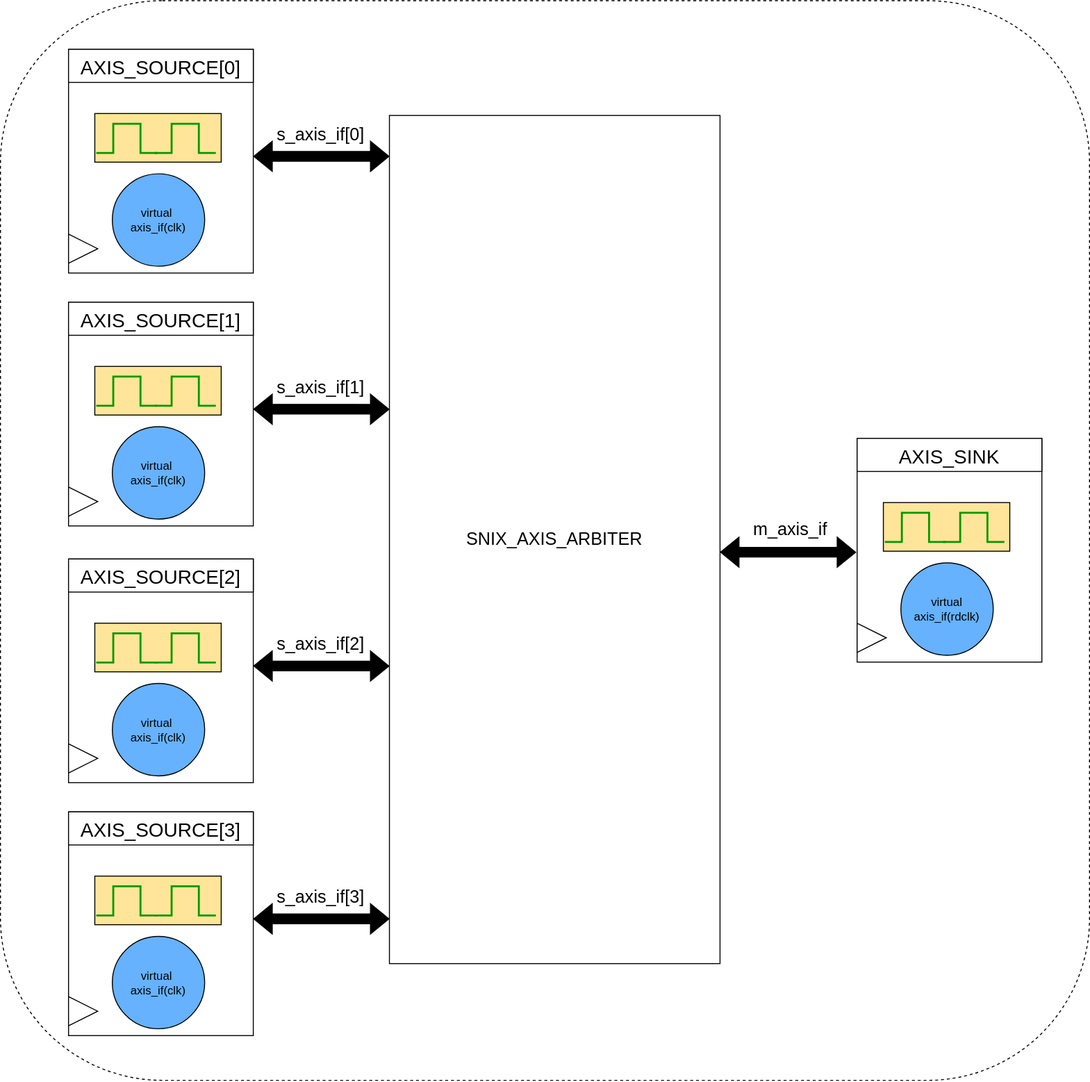
The draw.io diagram img/verilaxi/axis_arbiter.svg in nelsoncsc/nelsoncsc.github.io, before a commit. Source tidied: cells renumbered, new cells last; positions are measured from the earlier drawing's top-left corner, leaving out a move shared by most shapes. Its diagram source:
```xml
<mxGraphModel>
  <root>
    <mxCell id="0" />
    <mxCell id="1" parent="0" />
    <mxCell id="2" style="rounded=1;whiteSpace=wrap;html=1;align=center;verticalAlign=top;fontFamily=Helvetica;fontSize=12;fontColor=default;fillColor=default;gradientColor=none;dashed=1;" parent="1" vertex="1">
      <mxGeometry width="1120" height="1110" as="geometry" />
    </mxCell>
    <mxCell id="3" value="&lt;font style=&quot;font-size: 18px;&quot;&gt;m_axis_if&lt;/font&gt;" style="text;html=1;whiteSpace=wrap;strokeColor=none;fillColor=none;align=center;verticalAlign=middle;rounded=0;" parent="1" vertex="1">
      <mxGeometry x="767" y="529" width="91" height="30" as="geometry" />
    </mxCell>
    <mxCell id="4" value="&lt;font style=&quot;font-size: 18px;&quot;&gt;SNIX_AXIS_ARBITER&lt;/font&gt;" style="rounded=0;whiteSpace=wrap;html=1;fillColor=#FFFFFF;" parent="1" vertex="1">
      <mxGeometry x="400" y="118" width="340" height="872" as="geometry" />
    </mxCell>
    <mxCell id="5" value="&lt;font style=&quot;font-size: 18px;&quot;&gt;s_axis_if[0]&lt;/font&gt;" style="text;html=1;whiteSpace=wrap;strokeColor=none;fillColor=none;align=center;verticalAlign=middle;rounded=0;" parent="1" vertex="1">
      <mxGeometry x="284" y="123" width="91" height="30.5" as="geometry" />
    </mxCell>
    <mxCell id="6" style="shape=flexArrow;endArrow=classic;startArrow=classic;html=1;rounded=0;fillColor=#000000;" parent="1" edge="1">
      <mxGeometry relative="1" as="geometry">
        <mxPoint x="260" y="160" as="sourcePoint" />
        <mxPoint x="400" y="160" as="targetPoint" />
      </mxGeometry>
    </mxCell>
    <mxCell id="7" style="shape=flexArrow;endArrow=classic;startArrow=classic;html=1;rounded=0;fillColor=#000000;" parent="1" edge="1">
      <mxGeometry relative="1" as="geometry">
        <mxPoint x="740" y="567" as="sourcePoint" />
        <mxPoint x="880" y="567" as="targetPoint" />
      </mxGeometry>
    </mxCell>
    <mxCell id="8" style="group;fillColor=default;" parent="1" vertex="1">
      <mxGeometry x="881" y="450" width="200" height="230" as="geometry" />
    </mxCell>
    <mxCell id="9" style="rounded=0;whiteSpace=wrap;html=1;" parent="8" vertex="1">
      <mxGeometry width="190" height="230" as="geometry" />
    </mxCell>
    <mxCell id="10" value="virtual axis_if(rdclk)" style="ellipse;whiteSpace=wrap;html=1;fillColor=#66B2FF;" parent="8" vertex="1">
      <mxGeometry x="45" y="128" width="95" height="95" as="geometry" />
    </mxCell>
    <mxCell id="11" style="triangle;whiteSpace=wrap;html=1;" parent="8" vertex="1">
      <mxGeometry y="190" width="30" height="30" as="geometry" />
    </mxCell>
    <mxCell id="12" style="group;" parent="8" vertex="1">
      <mxGeometry x="27" y="66" width="130" height="50" as="geometry" />
    </mxCell>
    <mxCell id="13" style="rounded=0;whiteSpace=wrap;html=1;fillColor=#FFE599;" parent="12" vertex="1">
      <mxGeometry width="130" height="50" as="geometry" />
    </mxCell>
    <mxCell id="14" style="verticalLabelPosition=bottom;shadow=0;dashed=0;align=center;html=1;verticalAlign=top;shape=mxgraph.electrical.waveforms.pulse_1;strokeWidth=2;strokeColor=#009900;" parent="12" vertex="1">
      <mxGeometry x="2" y="11" width="63" height="30" as="geometry" />
    </mxCell>
    <mxCell id="15" style="verticalLabelPosition=bottom;shadow=0;dashed=0;align=center;html=1;verticalAlign=top;shape=mxgraph.electrical.waveforms.pulse_1;strokeWidth=2;strokeColor=#009900;" parent="12" vertex="1">
      <mxGeometry x="62" y="11" width="63" height="30" as="geometry" />
    </mxCell>
    <mxCell id="16" value="&lt;font style=&quot;font-size: 20px;&quot;&gt;AXIS_SINK&lt;/font&gt;" style="rounded=0;whiteSpace=wrap;html=1;align=center;verticalAlign=top;fontFamily=Helvetica;fontSize=12;fontColor=default;fillColor=default;gradientColor=none;" parent="8" vertex="1">
      <mxGeometry width="190" height="34" as="geometry" />
    </mxCell>
    <mxCell id="17" style="rounded=0;whiteSpace=wrap;html=1;" parent="1" vertex="1">
      <mxGeometry x="70" y="50" width="190" height="230" as="geometry" />
    </mxCell>
    <mxCell id="18" value="virtual&amp;nbsp;&lt;div&gt;axis_if(clk)&lt;/div&gt;" style="ellipse;whiteSpace=wrap;html=1;fillColor=#66B2FF;" parent="1" vertex="1">
      <mxGeometry x="115" y="178" width="95" height="95" as="geometry" />
    </mxCell>
    <mxCell id="19" style="triangle;whiteSpace=wrap;html=1;" parent="1" vertex="1">
      <mxGeometry x="70" y="240" width="30" height="30" as="geometry" />
    </mxCell>
    <mxCell id="20" style="group;" parent="1" vertex="1">
      <mxGeometry x="97" y="116" width="130" height="50" as="geometry" />
    </mxCell>
    <mxCell id="21" style="rounded=0;whiteSpace=wrap;html=1;fillColor=#FFE599;" parent="20" vertex="1">
      <mxGeometry width="130" height="50" as="geometry" />
    </mxCell>
    <mxCell id="22" style="verticalLabelPosition=bottom;shadow=0;dashed=0;align=center;html=1;verticalAlign=top;shape=mxgraph.electrical.waveforms.pulse_1;strokeWidth=2;strokeColor=#009900;" parent="20" vertex="1">
      <mxGeometry x="2" y="11" width="63" height="30" as="geometry" />
    </mxCell>
    <mxCell id="23" style="verticalLabelPosition=bottom;shadow=0;dashed=0;align=center;html=1;verticalAlign=top;shape=mxgraph.electrical.waveforms.pulse_1;strokeWidth=2;strokeColor=#009900;" parent="20" vertex="1">
      <mxGeometry x="62" y="11" width="63" height="30" as="geometry" />
    </mxCell>
    <mxCell id="24" value="&lt;font style=&quot;font-size: 20px;&quot;&gt;AXIS_SOURCE[0]&lt;/font&gt;" style="rounded=0;whiteSpace=wrap;html=1;align=center;verticalAlign=top;fontFamily=Helvetica;fontSize=12;fontColor=default;fillColor=default;gradientColor=none;" parent="1" vertex="1">
      <mxGeometry x="70" y="50" width="190" height="34" as="geometry" />
    </mxCell>
    <mxCell id="25" value="&lt;font style=&quot;font-size: 18px;&quot;&gt;s_axis_if[1]&lt;/font&gt;" style="text;html=1;whiteSpace=wrap;strokeColor=none;fillColor=none;align=center;verticalAlign=middle;rounded=0;" parent="1" vertex="1">
      <mxGeometry x="284" y="383" width="91" height="30.5" as="geometry" />
    </mxCell>
    <mxCell id="26" style="shape=flexArrow;endArrow=classic;startArrow=classic;html=1;rounded=0;fillColor=#000000;" parent="1" edge="1">
      <mxGeometry relative="1" as="geometry">
        <mxPoint x="260" y="420" as="sourcePoint" />
        <mxPoint x="400" y="420" as="targetPoint" />
      </mxGeometry>
    </mxCell>
    <mxCell id="27" style="rounded=0;whiteSpace=wrap;html=1;" parent="1" vertex="1">
      <mxGeometry x="70" y="310" width="190" height="230" as="geometry" />
    </mxCell>
    <mxCell id="28" value="virtual&amp;nbsp;&lt;div&gt;axis_if(clk)&lt;/div&gt;" style="ellipse;whiteSpace=wrap;html=1;fillColor=#66B2FF;" parent="1" vertex="1">
      <mxGeometry x="115" y="438" width="95" height="95" as="geometry" />
    </mxCell>
    <mxCell id="29" style="triangle;whiteSpace=wrap;html=1;" parent="1" vertex="1">
      <mxGeometry x="70" y="500" width="30" height="30" as="geometry" />
    </mxCell>
    <mxCell id="30" style="group;" parent="1" vertex="1">
      <mxGeometry x="97" y="376" width="130" height="50" as="geometry" />
    </mxCell>
    <mxCell id="31" style="rounded=0;whiteSpace=wrap;html=1;fillColor=#FFE599;" parent="30" vertex="1">
      <mxGeometry width="130" height="50" as="geometry" />
    </mxCell>
    <mxCell id="32" style="verticalLabelPosition=bottom;shadow=0;dashed=0;align=center;html=1;verticalAlign=top;shape=mxgraph.electrical.waveforms.pulse_1;strokeWidth=2;strokeColor=#009900;" parent="30" vertex="1">
      <mxGeometry x="2" y="11" width="63" height="30" as="geometry" />
    </mxCell>
    <mxCell id="33" style="verticalLabelPosition=bottom;shadow=0;dashed=0;align=center;html=1;verticalAlign=top;shape=mxgraph.electrical.waveforms.pulse_1;strokeWidth=2;strokeColor=#009900;" parent="30" vertex="1">
      <mxGeometry x="62" y="11" width="63" height="30" as="geometry" />
    </mxCell>
    <mxCell id="34" value="&lt;font style=&quot;font-size: 20px;&quot;&gt;AXIS_SOURCE[1]&lt;/font&gt;" style="rounded=0;whiteSpace=wrap;html=1;align=center;verticalAlign=top;fontFamily=Helvetica;fontSize=12;fontColor=default;fillColor=default;gradientColor=none;" parent="1" vertex="1">
      <mxGeometry x="70" y="310" width="190" height="34" as="geometry" />
    </mxCell>
    <mxCell id="35" value="&lt;font style=&quot;font-size: 18px;&quot;&gt;s_axis_if[2]&lt;/font&gt;" style="text;html=1;whiteSpace=wrap;strokeColor=none;fillColor=none;align=center;verticalAlign=middle;rounded=0;" parent="1" vertex="1">
      <mxGeometry x="284" y="647" width="91" height="30.5" as="geometry" />
    </mxCell>
    <mxCell id="36" style="shape=flexArrow;endArrow=classic;startArrow=classic;html=1;rounded=0;fillColor=#000000;" parent="1" edge="1">
      <mxGeometry relative="1" as="geometry">
        <mxPoint x="260" y="684" as="sourcePoint" />
        <mxPoint x="400" y="684" as="targetPoint" />
      </mxGeometry>
    </mxCell>
    <mxCell id="37" style="rounded=0;whiteSpace=wrap;html=1;" parent="1" vertex="1">
      <mxGeometry x="70" y="574" width="190" height="230" as="geometry" />
    </mxCell>
    <mxCell id="38" value="virtual&amp;nbsp;&lt;div&gt;axis_if(clk)&lt;/div&gt;" style="ellipse;whiteSpace=wrap;html=1;fillColor=#66B2FF;" parent="1" vertex="1">
      <mxGeometry x="115" y="702" width="95" height="95" as="geometry" />
    </mxCell>
    <mxCell id="39" style="triangle;whiteSpace=wrap;html=1;" parent="1" vertex="1">
      <mxGeometry x="70" y="764" width="30" height="30" as="geometry" />
    </mxCell>
    <mxCell id="40" style="group;" parent="1" vertex="1">
      <mxGeometry x="97" y="640" width="130" height="50" as="geometry" />
    </mxCell>
    <mxCell id="41" style="rounded=0;whiteSpace=wrap;html=1;fillColor=#FFE599;" parent="40" vertex="1">
      <mxGeometry width="130" height="50" as="geometry" />
    </mxCell>
    <mxCell id="42" style="verticalLabelPosition=bottom;shadow=0;dashed=0;align=center;html=1;verticalAlign=top;shape=mxgraph.electrical.waveforms.pulse_1;strokeWidth=2;strokeColor=#009900;" parent="40" vertex="1">
      <mxGeometry x="2" y="11" width="63" height="30" as="geometry" />
    </mxCell>
    <mxCell id="43" style="verticalLabelPosition=bottom;shadow=0;dashed=0;align=center;html=1;verticalAlign=top;shape=mxgraph.electrical.waveforms.pulse_1;strokeWidth=2;strokeColor=#009900;" parent="40" vertex="1">
      <mxGeometry x="62" y="11" width="63" height="30" as="geometry" />
    </mxCell>
    <mxCell id="44" value="&lt;font style=&quot;font-size: 20px;&quot;&gt;AXIS_SOURCE[2]&lt;/font&gt;" style="rounded=0;whiteSpace=wrap;html=1;align=center;verticalAlign=top;fontFamily=Helvetica;fontSize=12;fontColor=default;fillColor=default;gradientColor=none;" parent="1" vertex="1">
      <mxGeometry x="70" y="574" width="190" height="34" as="geometry" />
    </mxCell>
    <mxCell id="45" value="&lt;font style=&quot;font-size: 18px;&quot;&gt;s_axis_if[3]&lt;/font&gt;" style="text;html=1;whiteSpace=wrap;strokeColor=none;fillColor=none;align=center;verticalAlign=middle;rounded=0;" parent="1" vertex="1">
      <mxGeometry x="284" y="907" width="91" height="30.5" as="geometry" />
    </mxCell>
    <mxCell id="46" style="shape=flexArrow;endArrow=classic;startArrow=classic;html=1;rounded=0;fillColor=#000000;" parent="1" edge="1">
      <mxGeometry relative="1" as="geometry">
        <mxPoint x="260" y="944" as="sourcePoint" />
        <mxPoint x="400" y="944" as="targetPoint" />
      </mxGeometry>
    </mxCell>
    <mxCell id="47" style="rounded=0;whiteSpace=wrap;html=1;" parent="1" vertex="1">
      <mxGeometry x="70" y="834" width="190" height="230" as="geometry" />
    </mxCell>
    <mxCell id="48" value="virtual&amp;nbsp;&lt;div&gt;axis_if(clk)&lt;/div&gt;" style="ellipse;whiteSpace=wrap;html=1;fillColor=#66B2FF;" parent="1" vertex="1">
      <mxGeometry x="115" y="962" width="95" height="95" as="geometry" />
    </mxCell>
    <mxCell id="49" style="triangle;whiteSpace=wrap;html=1;" parent="1" vertex="1">
      <mxGeometry x="70" y="1024" width="30" height="30" as="geometry" />
    </mxCell>
    <mxCell id="50" style="group;" parent="1" vertex="1">
      <mxGeometry x="97" y="900" width="130" height="50" as="geometry" />
    </mxCell>
    <mxCell id="51" style="rounded=0;whiteSpace=wrap;html=1;fillColor=#FFE599;" parent="50" vertex="1">
      <mxGeometry width="130" height="50" as="geometry" />
    </mxCell>
    <mxCell id="52" style="verticalLabelPosition=bottom;shadow=0;dashed=0;align=center;html=1;verticalAlign=top;shape=mxgraph.electrical.waveforms.pulse_1;strokeWidth=2;strokeColor=#009900;" parent="50" vertex="1">
      <mxGeometry x="2" y="11" width="63" height="30" as="geometry" />
    </mxCell>
    <mxCell id="53" style="verticalLabelPosition=bottom;shadow=0;dashed=0;align=center;html=1;verticalAlign=top;shape=mxgraph.electrical.waveforms.pulse_1;strokeWidth=2;strokeColor=#009900;" parent="50" vertex="1">
      <mxGeometry x="62" y="11" width="63" height="30" as="geometry" />
    </mxCell>
    <mxCell id="54" value="&lt;font style=&quot;font-size: 20px;&quot;&gt;AXIS_SOURCE[3]&lt;/font&gt;" style="rounded=0;whiteSpace=wrap;html=1;align=center;verticalAlign=top;fontFamily=Helvetica;fontSize=12;fontColor=default;fillColor=default;gradientColor=none;" parent="1" vertex="1">
      <mxGeometry x="70" y="834" width="190" height="34" as="geometry" />
    </mxCell>
  </root>
</mxGraphModel>
```
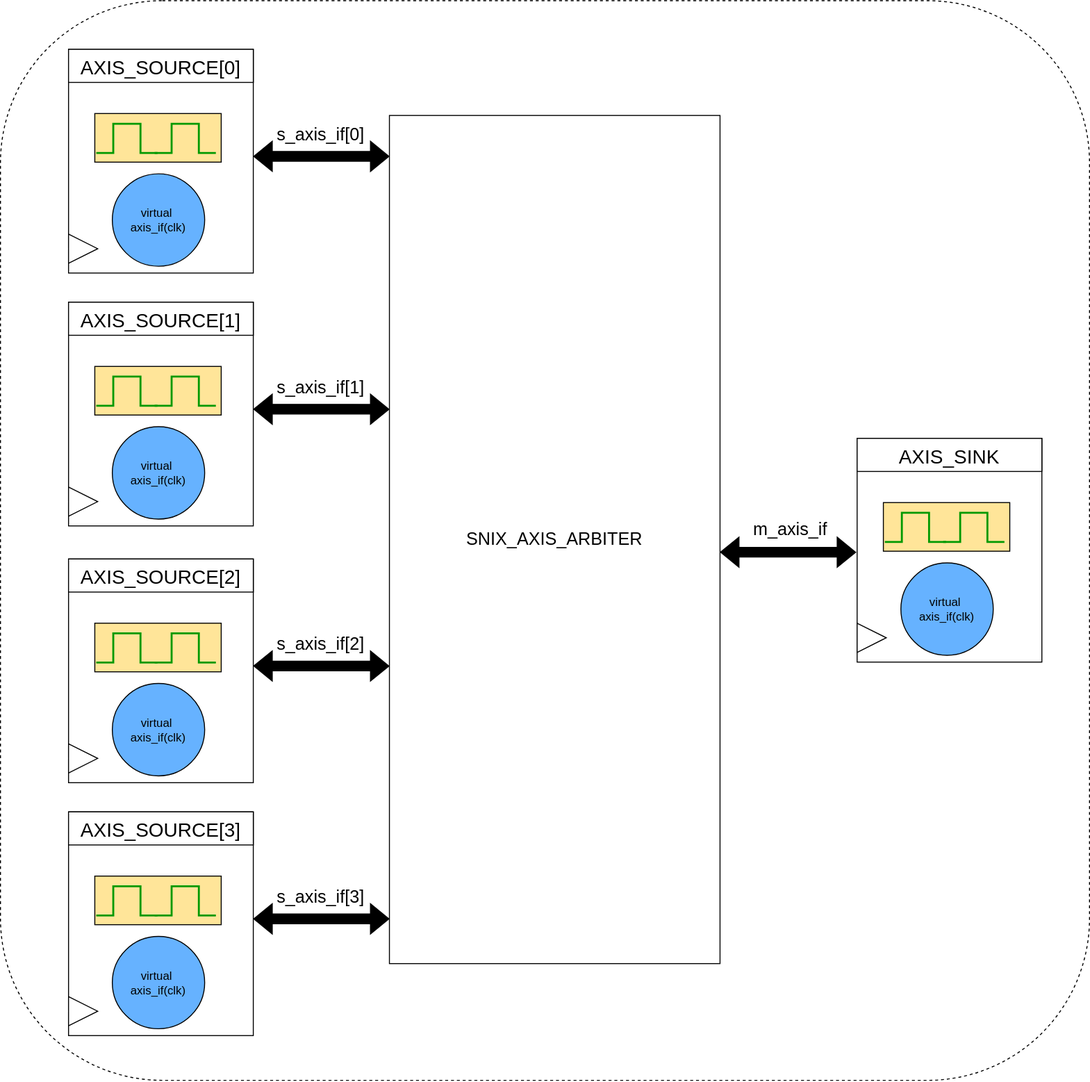
Later version of the same file.

Commit message:
Update arbiter diagram asset

The edit, as a diff of the source:
```diff
@@ -32,7 +32,7 @@
     <mxCell id="9" style="rounded=0;whiteSpace=wrap;html=1;" parent="8" vertex="1">
       <mxGeometry width="190" height="230" as="geometry" />
     </mxCell>
-    <mxCell id="10" value="virtual axis_if(rdclk)" style="ellipse;whiteSpace=wrap;html=1;fillColor=#66B2FF;" parent="8" vertex="1">
+    <mxCell id="10" value="virtual&amp;nbsp;&lt;div&gt;axis_if(clk)&lt;/div&gt;" style="ellipse;whiteSpace=wrap;html=1;fillColor=#66B2FF;" parent="8" vertex="1">
       <mxGeometry x="45" y="128" width="95" height="95" as="geometry" />
     </mxCell>
     <mxCell id="11" style="triangle;whiteSpace=wrap;html=1;" parent="8" vertex="1">
```
